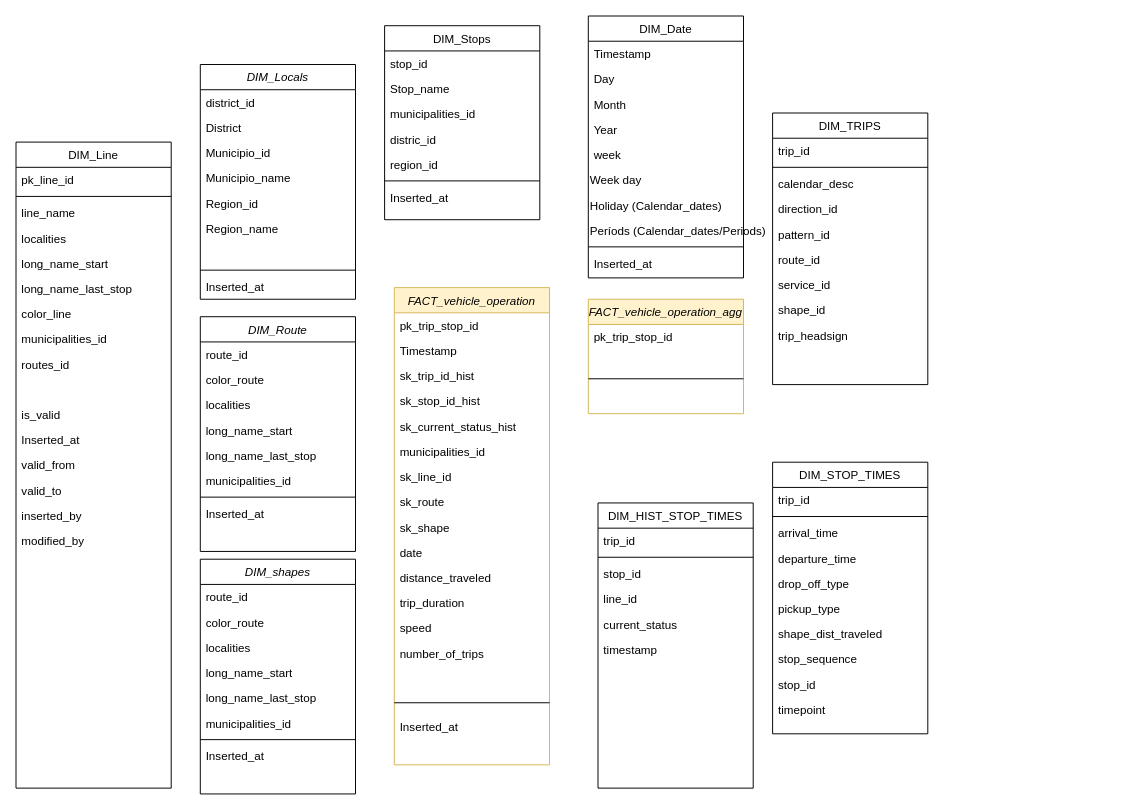
Before: Diagrama sem nome.drawio in joao-dias-25/final-project-edit, a draw.io diagram. Source tidied: cells renumbered, new cells numbered last; positions are measured from the earlier drawing's top-left corner, leaving out a move shared by most shapes. Both pictures are drawn from the tidied source at 97%, with x=0, y=0 at pixel (16, 16).
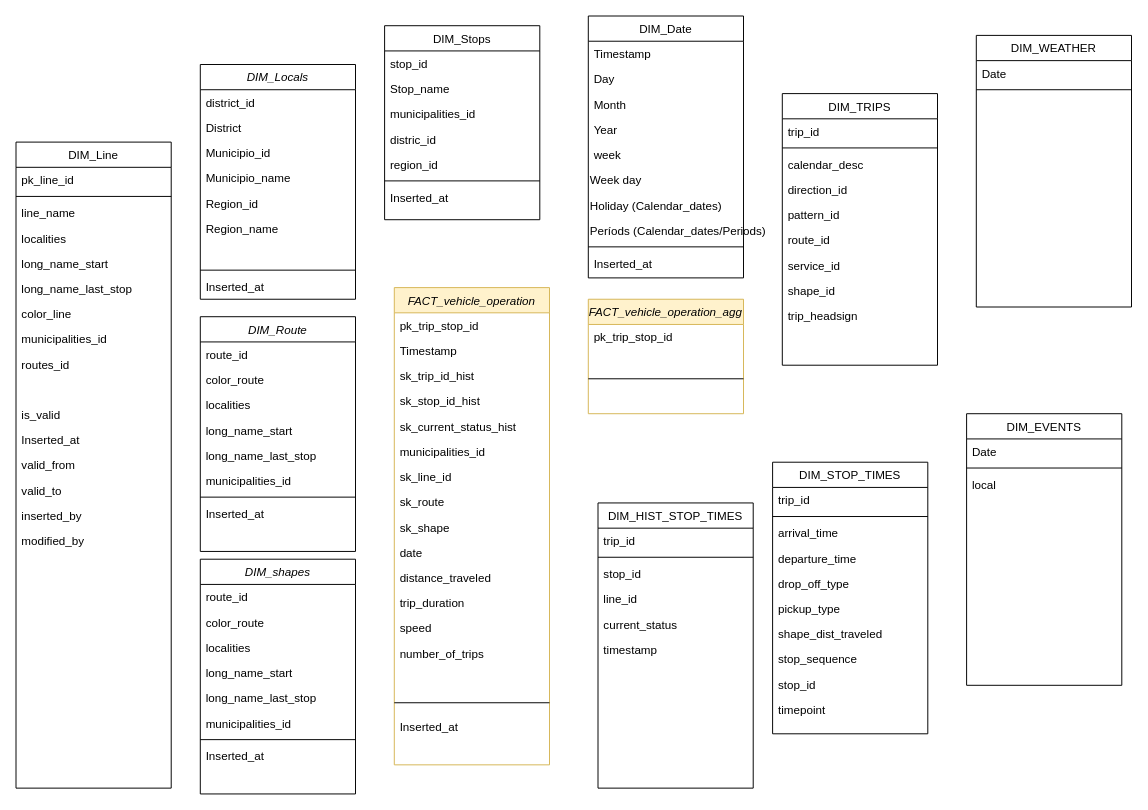
Above is the later version.

Change to the diagram source:
```diff
@@
     <mxCell id="100" value="DIM_TRIPS" style="swimlane;fontStyle=0;align=center;verticalAlign=top;horizontal=1;startSize=26;rounded=0;shadow=0;strokeWidth=1;" parent="1" vertex="1">
-      <mxGeometry x="780" y="100" width="160" height="280" as="geometry" />
+      <mxGeometry x="790" y="80" width="160" height="280" as="geometry" />
     </mxCell>
@@
+    <mxCell id="119" value="DIM_WEATHER" style="swimlane;fontStyle=0;align=center;verticalAlign=top;horizontal=1;startSize=26;rounded=0;shadow=0;strokeWidth=1;" parent="1" vertex="1">
+      <mxGeometry x="990" y="20" width="160" height="280" as="geometry" />
+    </mxCell>
+    <mxCell id="120" value="Date" style="text;align=left;verticalAlign=top;spacingLeft=4;spacingRight=4;overflow=hidden;" parent="119" vertex="1">
+      <mxGeometry y="26" width="160" height="26" as="geometry" />
+    </mxCell>
+    <mxCell id="121" style="line;html=1;strokeWidth=1;align=left;verticalAlign=middle;spacingTop=-1;spacingLeft=3;spacingRight=3;labelPosition=right;" parent="119" vertex="1">
+      <mxGeometry y="52" width="160" height="8" as="geometry" />
+    </mxCell>
+    <mxCell id="122" style="line;html=1;strokeWidth=1;align=left;verticalAlign=middle;spacingTop=-1;spacingLeft=3;spacingRight=3;labelPosition=right;" parent="119" vertex="1">
+      <mxGeometry y="60" width="160" as="geometry" />
+    </mxCell>
+    <mxCell id="123" value="DIM_EVENTS" style="swimlane;fontStyle=0;align=center;verticalAlign=top;horizontal=1;startSize=26;rounded=0;shadow=0;strokeWidth=1;" parent="1" vertex="1">
+      <mxGeometry x="980" y="410" width="160" height="280" as="geometry" />
+    </mxCell>
+    <mxCell id="124" value="Date" style="text;align=left;verticalAlign=top;spacingLeft=4;spacingRight=4;overflow=hidden;" parent="123" vertex="1">
+      <mxGeometry y="26" width="160" height="26" as="geometry" />
+    </mxCell>
+    <mxCell id="125" style="line;html=1;strokeWidth=1;align=left;verticalAlign=middle;spacingTop=-1;spacingLeft=3;spacingRight=3;labelPosition=right;" parent="123" vertex="1">
+      <mxGeometry y="52" width="160" height="8" as="geometry" />
+    </mxCell>
+    <mxCell id="126" style="line;html=1;strokeWidth=1;align=left;verticalAlign=middle;spacingTop=-1;spacingLeft=3;spacingRight=3;labelPosition=right;" parent="123" vertex="1">
+      <mxGeometry y="60" width="160" as="geometry" />
+    </mxCell>
+    <mxCell id="127" value="local" style="text;align=left;verticalAlign=top;spacingLeft=4;spacingRight=4;overflow=hidden;" parent="123" vertex="1">
+      <mxGeometry y="60" width="160" height="26" as="geometry" />
+    </mxCell>
```
